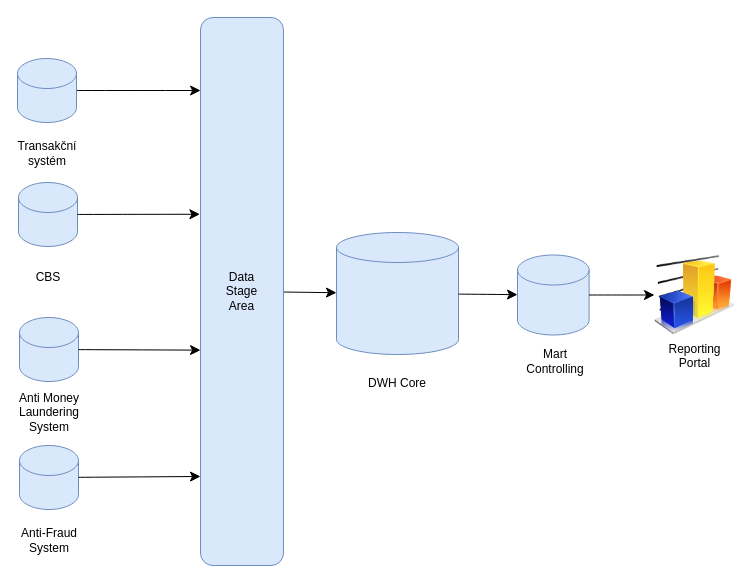
Before: page "Flow" (3 of 4) of pis-hw5.drawio in Finishxx/draw-io, a draw.io diagram. Source tidied: cells renumbered, new cells numbered last; positions are measured from the earlier drawing's top-left corner, leaving out a move shared by most shapes. Both pictures are drawn from the tidied source at 100%, with x=0, y=0 at pixel (17, 17).
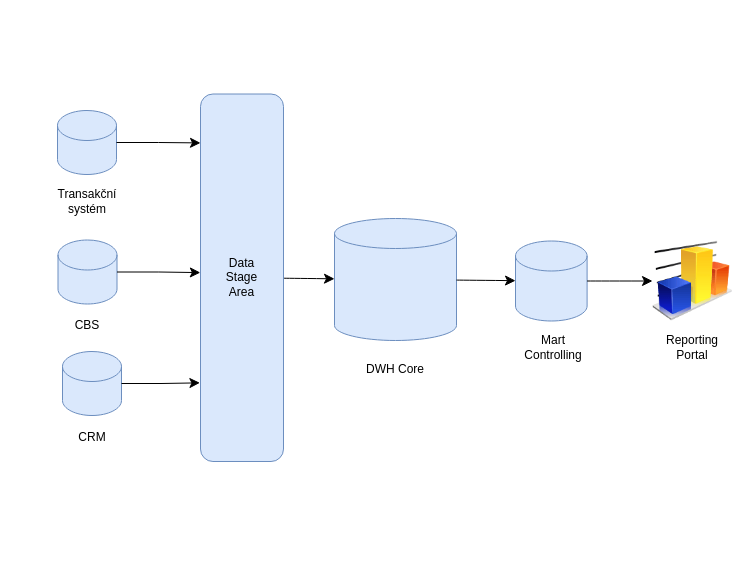
The same diagram, later.

Unchanged cells that the change refers to:
```xml
<mxCell id="13" style="shape=cylinder3;whiteSpace=wrap;html=1;boundedLbl=1;backgroundOutline=1;size=15;fillColor=#dae8fc;strokeColor=#6c8ebf;" parent="11" vertex="1">
  <mxGeometry width="59" height="64" as="geometry" />
</mxCell>
<mxCell id="19" style="shape=cylinder3;whiteSpace=wrap;html=1;boundedLbl=1;backgroundOutline=1;size=15;fillColor=#dae8fc;strokeColor=#6c8ebf;" parent="18" vertex="1">
  <mxGeometry width="59" height="64" as="geometry" />
</mxCell>
```

Diff of the diagram source:
```diff
@@
     <mxCell id="3" value="&lt;div&gt;Data&lt;/div&gt;&lt;div&gt;Stage&lt;/div&gt;&lt;div&gt;Area&lt;/div&gt;" style="rounded=1;whiteSpace=wrap;html=1;fillColor=#dae8fc;strokeColor=#6c8ebf;" parent="1" vertex="1">
-      <mxGeometry x="183" width="83" height="548" as="geometry" />
+      <mxGeometry x="183" y="76.5" width="83" height="367.5" as="geometry" />
     </mxCell>
-    <mxCell id="4" value="&lt;div&gt;Reporting&lt;/div&gt;&lt;div&gt;Portal&lt;/div&gt;" style="image;html=1;image=img/lib/clip_art/finance/Graph_128x128.png;" parent="1" vertex="1">
-      <mxGeometry x="637" y="237.5" width="80" height="80" as="geometry" />
-    </mxCell>
     <mxCell id="5" style="group;" parent="1" vertex="1">
-      <mxGeometry x="500" y="237.5" width="74" height="121" as="geometry" />
+      <mxGeometry x="498" y="223.5" width="74" height="121" as="geometry" />
     </mxCell>
@@
     <mxCell id="8" style="group;" parent="1" vertex="1">
-      <mxGeometry x="319" y="215" width="122" height="166" as="geometry" />
+      <mxGeometry x="317" y="201" width="122" height="166" as="geometry" />
     </mxCell>
@@
     <mxCell id="11" style="group;fillColor=none;" parent="1" vertex="1">
-      <mxGeometry y="41" width="60" height="110" as="geometry" />
+      <mxGeometry x="40" y="93" width="60" height="110" as="geometry" />
     </mxCell>
-    <mxCell id="12" style="edgeStyle=none;curved=1;rounded=0;jettySize=auto;html=1;fontSize=12;startSize=8;endSize=8;" parent="11" edge="1" source="13">
-      <mxGeometry relative="1" as="geometry">
-        <mxPoint x="183.1" y="32" as="targetPoint" />
-      </mxGeometry>
-    </mxCell>
@@
     <mxCell id="14" value="Transakční systém" style="text;html=1;align=center;verticalAlign=middle;whiteSpace=wrap;rounded=0;" parent="11" vertex="1">
-      <mxGeometry y="80" width="60" height="30" as="geometry" />
+      <mxGeometry y="76" width="60" height="30" as="geometry" />
     </mxCell>
     <mxCell id="15" style="group;" parent="1" vertex="1">
-      <mxGeometry x="1" y="165" width="60" height="110" as="geometry" />
+      <mxGeometry x="40" y="222.5" width="60" height="110" as="geometry" />
     </mxCell>
     <mxCell id="16" style="shape=cylinder3;whiteSpace=wrap;html=1;boundedLbl=1;backgroundOutline=1;size=15;fillColor=#dae8fc;strokeColor=#6c8ebf;" parent="15" vertex="1">
-      <mxGeometry width="59" height="64" as="geometry" />
+      <mxGeometry x="0.5" width="59" height="64" as="geometry" />
     </mxCell>
     <mxCell id="17" value="CBS" style="text;html=1;align=center;verticalAlign=middle;whiteSpace=wrap;rounded=0;" parent="15" vertex="1">
-      <mxGeometry y="80" width="60" height="30" as="geometry" />
+      <mxGeometry y="70.5" width="60" height="30" as="geometry" />
     </mxCell>
     <mxCell id="18" style="group;" parent="1" vertex="1">
-      <mxGeometry x="2" y="300" width="60" height="110" as="geometry" />
+      <mxGeometry x="45" y="334" width="60" height="110" as="geometry" />
     </mxCell>
@@
-    <mxCell id="20" value="Anti Money Laundering System" style="text;html=1;align=center;verticalAlign=middle;whiteSpace=wrap;rounded=0;" parent="18" vertex="1">
-      <mxGeometry y="80" width="60" height="30" as="geometry" />
+    <mxCell id="20" value="&lt;div&gt;CRM&lt;/div&gt;" style="text;html=1;align=center;verticalAlign=middle;whiteSpace=wrap;rounded=0;" parent="18" vertex="1">
+      <mxGeometry y="71" width="60" height="30" as="geometry" />
     </mxCell>
-    <mxCell id="21" style="group;" parent="1" vertex="1">
-      <mxGeometry x="2" y="428" width="60" height="110" as="geometry" />
-    </mxCell>
-    <mxCell id="22" style="shape=cylinder3;whiteSpace=wrap;html=1;boundedLbl=1;backgroundOutline=1;size=15;fillColor=#dae8fc;strokeColor=#6c8ebf;" parent="21" vertex="1">
-      <mxGeometry width="59" height="64" as="geometry" />
-    </mxCell>
-    <mxCell id="23" value="Anti-Fraud System" style="text;html=1;align=center;verticalAlign=middle;whiteSpace=wrap;rounded=0;" parent="21" vertex="1">
-      <mxGeometry y="80" width="60" height="30" as="geometry" />
-    </mxCell>
-    <mxCell id="24" style="edgeStyle=none;curved=1;rounded=0;jettySize=auto;html=1;fontSize=12;startSize=8;endSize=8;entryX=-0.007;entryY=0.359;entryDx=0;entryDy=0;entryPerimeter=0;" parent="1" edge="1" source="16" target="3">
+    <mxCell id="24" style="edgeStyle=orthogonalEdgeStyle;rounded=0;jettySize=auto;html=1;fontSize=12;startSize=8;endSize=8;entryX=-0.002;entryY=0.486;entryDx=0;entryDy=0;entryPerimeter=0;" parent="1" edge="1" source="16" target="3">
       <mxGeometry relative="1" as="geometry" />
     </mxCell>
-    <mxCell id="25" style="edgeStyle=none;curved=1;rounded=0;jettySize=auto;html=1;fontSize=12;startSize=8;endSize=8;entryX=0;entryY=0.607;entryDx=0;entryDy=0;entryPerimeter=0;" parent="1" edge="1" source="19" target="3">
+    <mxCell id="25" style="edgeStyle=orthogonalEdgeStyle;rounded=0;jettySize=auto;html=1;fontSize=12;startSize=8;endSize=8;entryX=-0.007;entryY=0.786;entryDx=0;entryDy=0;entryPerimeter=0;" parent="1" edge="1" source="19" target="3">
       <mxGeometry relative="1" as="geometry" />
     </mxCell>
-    <mxCell id="26" style="edgeStyle=none;curved=1;rounded=0;jettySize=auto;html=1;fontSize=12;startSize=8;endSize=8;" parent="1" edge="1" source="22">
-      <mxGeometry relative="1" as="geometry">
-        <mxPoint x="183" y="459" as="targetPoint" />
-      </mxGeometry>
-    </mxCell>
@@
+    <mxCell id="12" style="edgeStyle=orthogonalEdgeStyle;rounded=0;jettySize=auto;html=1;fontSize=12;startSize=8;endSize=8;entryX=0;entryY=0.084;entryDx=0;entryDy=0;entryPerimeter=0;" parent="1" edge="1" source="13">
+      <mxGeometry relative="1" as="geometry">
+        <mxPoint x="183" y="125.4" as="targetPoint" />
+      </mxGeometry>
+    </mxCell>
+    <mxCell id="29" style="group;" parent="1" vertex="1">
+      <mxGeometry x="635" y="223.5" width="80" height="121" as="geometry" />
+    </mxCell>
+    <mxCell id="4" style="image;html=1;image=img/lib/clip_art/finance/Graph_128x128.png;" parent="29" vertex="1">
+      <mxGeometry width="80" height="80" as="geometry" />
+    </mxCell>
+    <mxCell id="30" value="Reporting Portal" style="text;html=1;align=center;verticalAlign=middle;whiteSpace=wrap;rounded=0;" parent="29" vertex="1">
+      <mxGeometry x="4.2" y="91" width="71.6" height="30" as="geometry" />
+    </mxCell>
```
